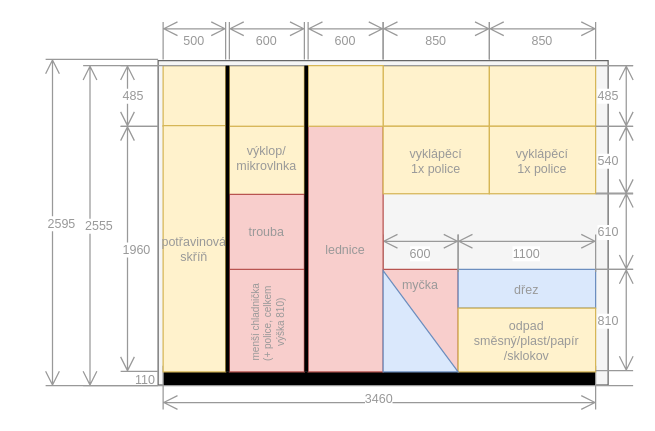
This is docs/src/static/drawings/kitchen.wall-watter.drawio from surquest/flat-renovation, a draw.io file, before an edit. Source tidied: cells renumbered, new cells numbered last; positions are measured from the earlier drawing's top-left corner, leaving out a move shared by most shapes. Both pictures are drawn from the tidied source at 125%, with x=0, y=0 at pixel (45, 21).
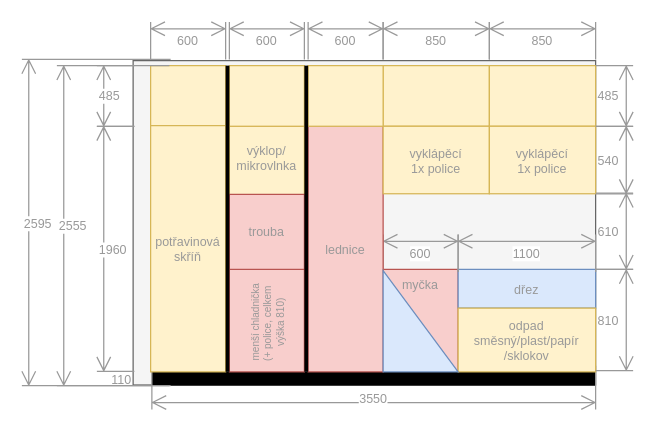
The same page after the edit.

Commit message (it also covers changes not shown here):
Update kitchen drawings

Change to the diagram source:
```diff
@@
     <mxCell id="2" style="rounded=0;whiteSpace=wrap;html=1;strokeColor=#666666;fillColor=#f5f5f5;fontColor=#999999;fontSize=10;" parent="1" vertex="1">
-      <mxGeometry x="90" y="31" width="360" height="259.5" as="geometry" />
+      <mxGeometry x="70" y="31" width="370" height="259.5" as="geometry" />
     </mxCell>
@@
     <mxCell id="4" style="rounded=0;whiteSpace=wrap;html=1;fillColor=#000000;fontColor=#999999;strokeColor=none;fontSize=10;flipV=1;" parent="1" vertex="1">
-      <mxGeometry x="94" y="280" width="346" height="11" as="geometry" />
+      <mxGeometry x="85" y="280" width="355" height="11" as="geometry" />
     </mxCell>
@@
     <mxCell id="6" value="110" style="shape=dimension;direction=south;whiteSpace=wrap;html=1;align=right;verticalAlign=middle;labelBackgroundColor=#ffffff;strokeColor=none;fontSize=10;fontColor=#999999;" parent="1" vertex="1">
-      <mxGeometry x="50" y="280" width="40" height="11" as="geometry" />
+      <mxGeometry x="31" y="280" width="40" height="11" as="geometry" />
     </mxCell>
@@
-    <mxCell id="8" value="3460" style="shape=dimension;direction=east;whiteSpace=wrap;html=1;align=center;verticalAlign=bottom;spacingTop=-8;labelBackgroundColor=#ffffff;strokeColor=#999999;fontSize=10;fontColor=#999999;" parent="1" vertex="1">
-      <mxGeometry x="94" y="275" width="346" height="35" as="geometry" />
+    <mxCell id="8" value="3550" style="shape=dimension;direction=east;whiteSpace=wrap;html=1;align=center;verticalAlign=bottom;spacingTop=-8;labelBackgroundColor=#ffffff;strokeColor=#999999;fontSize=10;fontColor=#999999;" parent="1" vertex="1">
+      <mxGeometry x="85" y="275" width="355" height="35" as="geometry" />
     </mxCell>
@@
     <mxCell id="12" value="2595" style="shape=dimension;direction=south;whiteSpace=wrap;html=1;align=left;verticalAlign=middle;labelBackgroundColor=#ffffff;strokeColor=#999999;fontSize=10;fontColor=#999999;" parent="1" vertex="1">
-      <mxGeometry y="30" width="90" height="261" as="geometry" />
+      <mxGeometry x="-19" y="30" width="119" height="261" as="geometry" />
     </mxCell>
     <mxCell id="13" value="1960" style="shape=dimension;direction=south;whiteSpace=wrap;html=1;align=left;verticalAlign=middle;labelBackgroundColor=#ffffff;strokeColor=#999999;fontSize=10;fontColor=#999999;" parent="1" vertex="1">
-      <mxGeometry x="60" y="83.5" width="30" height="196" as="geometry" />
+      <mxGeometry x="41" y="83.5" width="30" height="196" as="geometry" />
     </mxCell>
@@
     <mxCell id="16" style="rounded=0;whiteSpace=wrap;html=1;fillColor=#fff2cc;strokeColor=#d6b656;fontSize=10;fontColor=#999999;" parent="1" vertex="1">
-      <mxGeometry x="94" y="35" width="50" height="48.5" as="geometry" />
+      <mxGeometry x="84" y="35" width="60" height="48.5" as="geometry" />
     </mxCell>
@@
     <mxCell id="26" value="potřavinová skříň" style="rounded=0;whiteSpace=wrap;html=1;fillColor=#fff2cc;strokeColor=#d6b656;fontSize=10;fontColor=#999999;" parent="1" vertex="1">
-      <mxGeometry x="94" y="83" width="50" height="197" as="geometry" />
+      <mxGeometry x="84" y="83" width="60" height="197" as="geometry" />
     </mxCell>
     <mxCell id="27" value="2555" style="shape=dimension;direction=south;whiteSpace=wrap;html=1;align=left;verticalAlign=middle;labelBackgroundColor=#ffffff;strokeColor=#999999;fontSize=10;fontColor=#999999;" parent="1" vertex="1">
-      <mxGeometry x="30" y="35" width="440" height="256" as="geometry" />
+      <mxGeometry x="9" y="35" width="90" height="256" as="geometry" />
     </mxCell>
@@
     <mxCell id="32" value="485" style="shape=dimension;direction=south;whiteSpace=wrap;html=1;align=left;verticalAlign=middle;labelBackgroundColor=#ffffff;strokeColor=#999999;flipV=1;flipH=0;fontSize=10;fontColor=#999999;" parent="1" vertex="1">
-      <mxGeometry x="60" y="35" width="30" height="48.5" as="geometry" />
+      <mxGeometry x="41" y="35" width="30" height="48.5" as="geometry" />
     </mxCell>
@@
-    <mxCell id="39" value="500" style="shape=dimension;direction=west;whiteSpace=wrap;html=1;align=center;verticalAlign=middle;labelBackgroundColor=#ffffff;strokeColor=#999999;fontSize=10;fontColor=#999999;" parent="1" vertex="1">
-      <mxGeometry x="94" width="50" height="30" as="geometry" />
+    <mxCell id="39" value="600" style="shape=dimension;direction=west;whiteSpace=wrap;html=1;align=center;verticalAlign=middle;labelBackgroundColor=#ffffff;strokeColor=#999999;fontSize=10;fontColor=#999999;" parent="1" vertex="1">
+      <mxGeometry x="84" width="60" height="30" as="geometry" />
     </mxCell>
```
